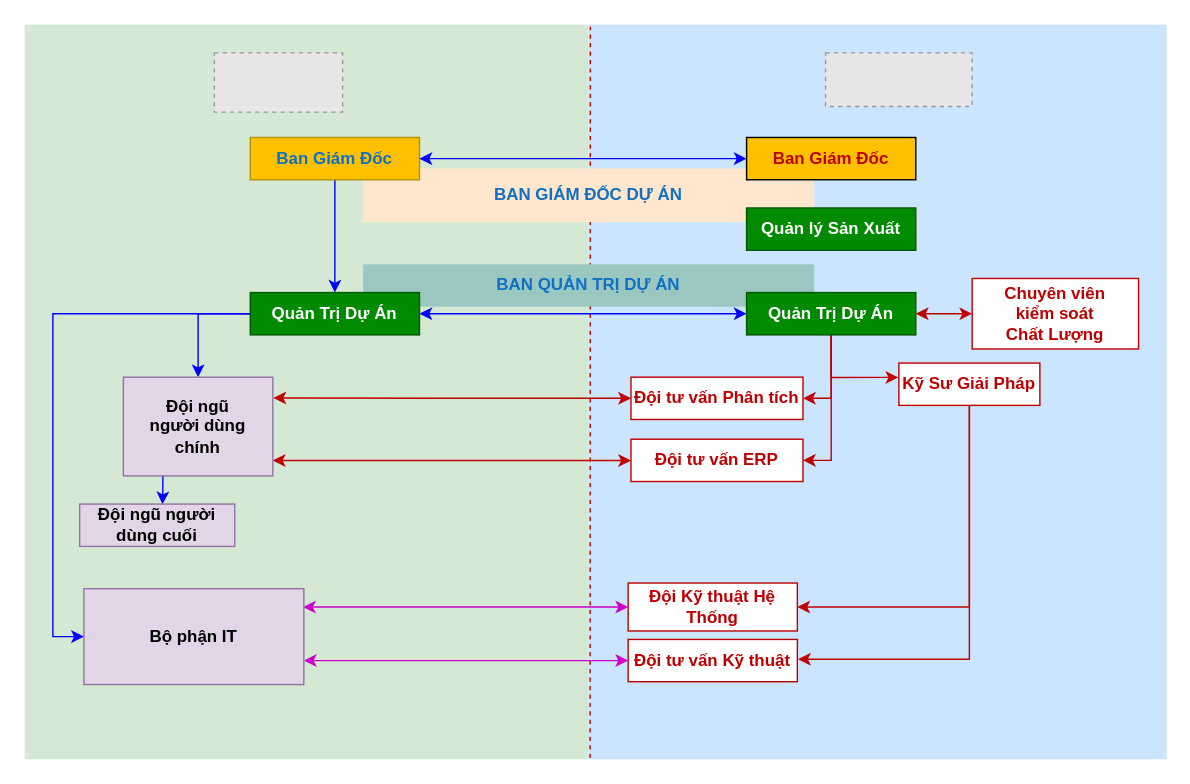
This is page "Page-1" (1 of 2) of Project Structure.drawio from hunghvfyu/PVCOMBANK, a draw.io file, before an edit. Source tidied: cells renumbered, new cells numbered last; positions are measured from the earlier drawing's top-left corner, leaving out a move shared by most shapes. Both pictures are drawn from the tidied source at 141%, with x=0, y=0 at pixel (24, 24). Pictures stored in the file or linked from it are replaced by grey dashed boxes.
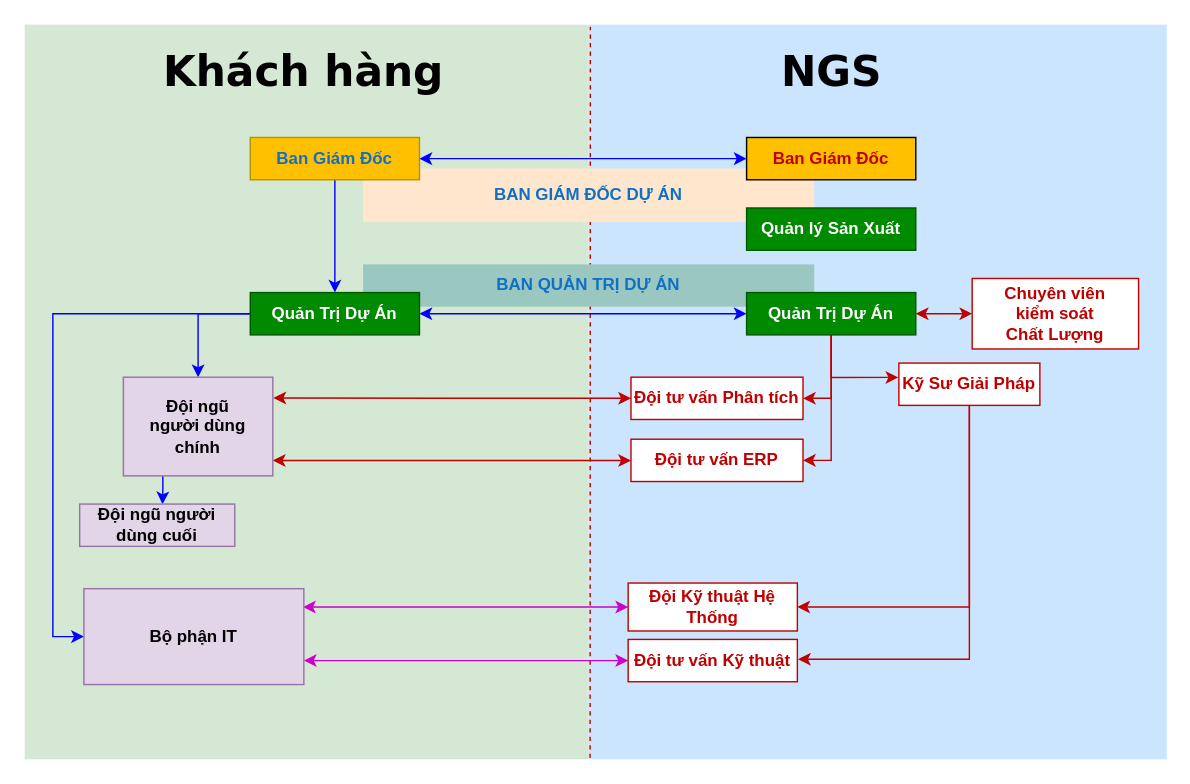
The same page after the edit.

What changed in the source:
```diff
@@
-    <mxCell id="11" style="fillColor=#E6E6E6;strokeColor=#999999;dashed=1;verticalLabelPosition=bottom;labelBackgroundColor=#ffffff;verticalAlign=top;fontStyle=1;" parent="1" vertex="1">
-      <mxGeometry x="134.5" y="20" width="91" height="42" as="geometry" />
-    </mxCell>
-    <mxCell id="12" style="fillColor=#E6E6E6;strokeColor=#999999;dashed=1;verticalLabelPosition=bottom;labelBackgroundColor=#ffffff;verticalAlign=top;fontStyle=1;" parent="1" vertex="1">
-      <mxGeometry x="568" y="20" width="104" height="38" as="geometry" />
-    </mxCell>
@@
+    <mxCell id="39" value="Khách hàng" style="text;html=1;strokeColor=none;fillColor=none;align=center;verticalAlign=middle;whiteSpace=wrap;rounded=0;fontStyle=1;fontFamily=Verdana;fontSize=30;" parent="1" vertex="1">
+      <mxGeometry x="68" y="22.5" width="260" height="20" as="geometry" />
+    </mxCell>
+    <mxCell id="40" value="NGS" style="text;html=1;strokeColor=none;fillColor=none;align=center;verticalAlign=middle;whiteSpace=wrap;rounded=0;fontStyle=1;fontFamily=Verdana;fontSize=30;" parent="1" vertex="1">
+      <mxGeometry x="531.5" y="23" width="81" height="20" as="geometry" />
+    </mxCell>
```
